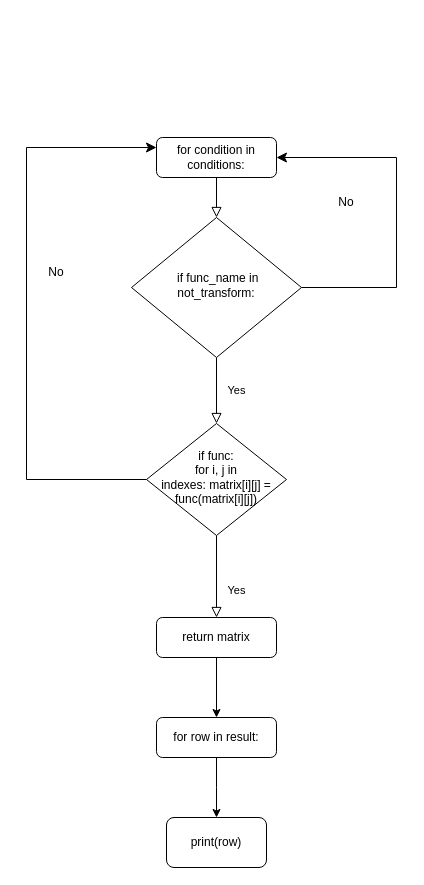
The draw.io diagram future code4.drawio in 16savage/Kavtarev-Artem-Algoritm, before the edit. Source tidied: cells renumbered, new cells numbered last; positions are measured from the earlier drawing's top-left corner, leaving out a move shared by most shapes. Both pictures are drawn from the tidied source at 100%, with x=0, y=0 at pixel (26, 137).
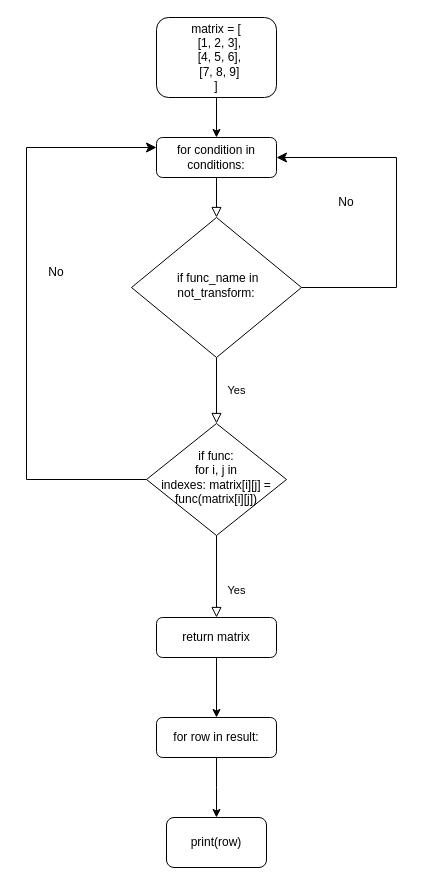
The same page after the edit.

Unchanged cells that the change refers to:
```xml
<mxCell id="3" value="for condition in conditions:" style="rounded=1;whiteSpace=wrap;html=1;fontSize=12;glass=0;strokeWidth=1;shadow=0;" parent="1" vertex="1">
  <mxGeometry x="130" width="120" height="40" as="geometry" />
</mxCell>
```

The edit, as a diff of the source:
```diff
@@
+    <mxCell id="17" style="edgeStyle=orthogonalEdgeStyle;rounded=0;jettySize=auto;html=1;entryX=0.5;entryY=0;entryDx=0;entryDy=0;" parent="1" edge="1" source="18" target="3">
+      <mxGeometry relative="1" as="geometry" />
+    </mxCell>
+    <mxCell id="18" value="matrix = [&#10;  [1, 2, 3],&#10;  [4, 5, 6],&#10;  [7, 8, 9]&#10;]" style="rounded=1;whiteSpace=wrap;html=1;" parent="1" vertex="1">
+      <mxGeometry x="130" y="-120" width="120" height="80" as="geometry" />
+    </mxCell>
```
